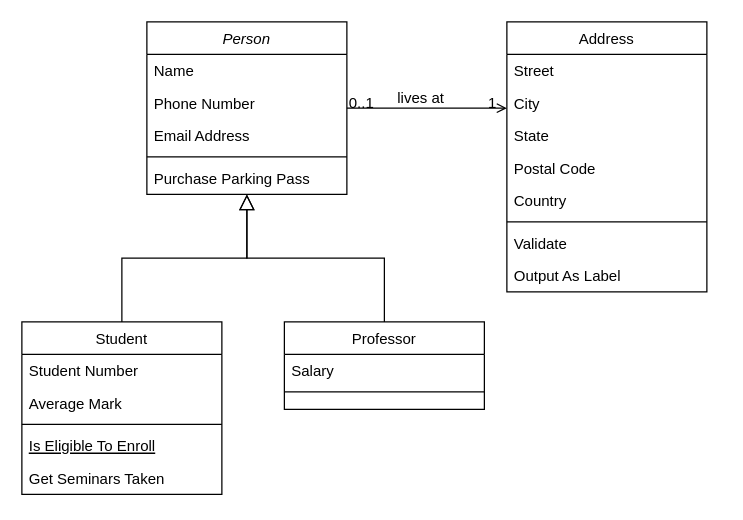
The draw.io diagram Untitled Diagram.drawio in xtarzyk/planning-motors-general-xtarzyk, before the edit. Source tidied: cells renumbered, new cells numbered last; positions are measured from the earlier drawing's top-left corner, leaving out a move shared by most shapes. Both pictures are drawn from the tidied source at 125%, with x=0, y=0 at pixel (21, 21).
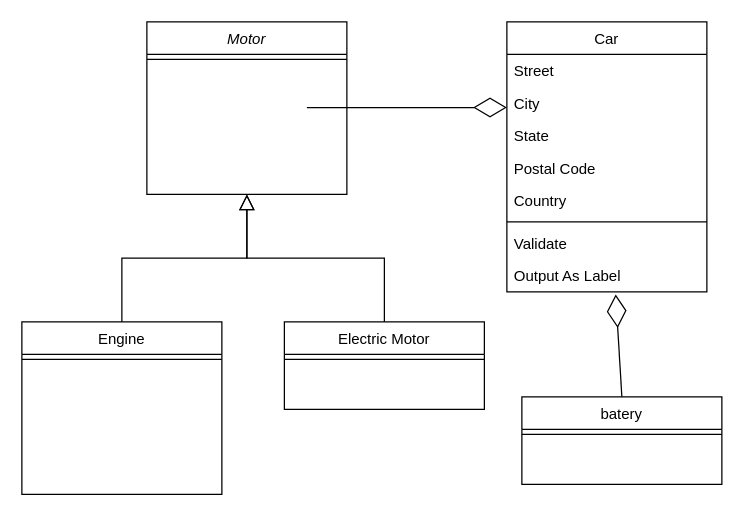
The same diagram, later.

The change refers to these unchanged cells:
```xml
<mxCell id="27" value="Output As Label" style="text;align=left;verticalAlign=top;spacingLeft=4;spacingRight=4;overflow=hidden;points=[[0,0.5],[1,0.5]];portConstraint=eastwest;" parent="19" vertex="1">
  <mxGeometry y="190" width="160" height="26" as="geometry" />
</mxCell>
```

What changed in the source:
```diff
@@
-    <mxCell id="2" value="Person" style="swimlane;fontStyle=2;align=center;verticalAlign=top;horizontal=1;startSize=26;rounded=0;shadow=0;strokeWidth=1;" parent="1" vertex="1">
+    <mxCell id="2" value="Motor" style="swimlane;fontStyle=2;align=center;verticalAlign=top;horizontal=1;startSize=26;rounded=0;shadow=0;strokeWidth=1;" parent="1" vertex="1">
       <mxGeometry x="100" width="160" height="138" as="geometry" />
     </mxCell>
-    <mxCell id="3" value="Name" style="text;align=left;verticalAlign=top;spacingLeft=4;spacingRight=4;overflow=hidden;" parent="2" vertex="1">
-      <mxGeometry y="26" width="160" height="26" as="geometry" />
-    </mxCell>
-    <mxCell id="4" value="Phone Number" style="text;align=left;verticalAlign=top;spacingLeft=4;spacingRight=4;overflow=hidden;rounded=0;shadow=0;html=0;" parent="2" vertex="1">
-      <mxGeometry y="52" width="160" height="26" as="geometry" />
-    </mxCell>
-    <mxCell id="5" value="Email Address" style="text;align=left;verticalAlign=top;spacingLeft=4;spacingRight=4;overflow=hidden;rounded=0;shadow=0;html=0;" parent="2" vertex="1">
-      <mxGeometry y="78" width="160" height="26" as="geometry" />
-    </mxCell>
     <mxCell id="6" style="line;html=1;strokeWidth=1;align=left;verticalAlign=middle;spacingTop=-1;spacingLeft=3;spacingRight=3;labelPosition=right;" parent="2" vertex="1">
-      <mxGeometry y="104" width="160" height="8" as="geometry" />
+      <mxGeometry y="26" width="160" height="8" as="geometry" />
     </mxCell>
-    <mxCell id="7" value="Purchase Parking Pass" style="text;align=left;verticalAlign=top;spacingLeft=4;spacingRight=4;overflow=hidden;" parent="2" vertex="1">
-      <mxGeometry y="112" width="160" height="26" as="geometry" />
-    </mxCell>
-    <mxCell id="8" value="Student" style="swimlane;fontStyle=0;align=center;verticalAlign=top;horizontal=1;startSize=26;rounded=0;shadow=0;strokeWidth=1;" parent="1" vertex="1">
+    <mxCell id="8" value="Engine" style="swimlane;fontStyle=0;align=center;verticalAlign=top;horizontal=1;startSize=26;rounded=0;shadow=0;strokeWidth=1;" parent="1" vertex="1">
       <mxGeometry y="240" width="160" height="138" as="geometry" />
     </mxCell>
-    <mxCell id="9" value="Student Number" style="text;align=left;verticalAlign=top;spacingLeft=4;spacingRight=4;overflow=hidden;" parent="8" vertex="1">
-      <mxGeometry y="26" width="160" height="26" as="geometry" />
-    </mxCell>
-    <mxCell id="10" value="Average Mark" style="text;align=left;verticalAlign=top;spacingLeft=4;spacingRight=4;overflow=hidden;rounded=0;shadow=0;html=0;" parent="8" vertex="1">
-      <mxGeometry y="52" width="160" height="26" as="geometry" />
-    </mxCell>
     <mxCell id="11" style="line;html=1;strokeWidth=1;align=left;verticalAlign=middle;spacingTop=-1;spacingLeft=3;spacingRight=3;labelPosition=right;" parent="8" vertex="1">
-      <mxGeometry y="78" width="160" height="8" as="geometry" />
+      <mxGeometry y="26" width="160" height="8" as="geometry" />
     </mxCell>
-    <mxCell id="12" value="Is Eligible To Enroll" style="text;align=left;verticalAlign=top;spacingLeft=4;spacingRight=4;overflow=hidden;fontStyle=4;" parent="8" vertex="1">
-      <mxGeometry y="86" width="160" height="26" as="geometry" />
-    </mxCell>
-    <mxCell id="13" value="Get Seminars Taken" style="text;align=left;verticalAlign=top;spacingLeft=4;spacingRight=4;overflow=hidden;" parent="8" vertex="1">
-      <mxGeometry y="112" width="160" height="26" as="geometry" />
-    </mxCell>
@@
-    <mxCell id="15" value="Professor" style="swimlane;fontStyle=0;align=center;verticalAlign=top;horizontal=1;startSize=26;rounded=0;shadow=0;strokeWidth=1;" parent="1" vertex="1">
+    <mxCell id="15" value="Electric Motor" style="swimlane;fontStyle=0;align=center;verticalAlign=top;horizontal=1;startSize=26;rounded=0;shadow=0;strokeWidth=1;" parent="1" vertex="1">
       <mxGeometry x="210" y="240" width="160" height="70" as="geometry" />
     </mxCell>
-    <mxCell id="16" value="Salary" style="text;align=left;verticalAlign=top;spacingLeft=4;spacingRight=4;overflow=hidden;" parent="15" vertex="1">
-      <mxGeometry y="26" width="160" height="26" as="geometry" />
-    </mxCell>
     <mxCell id="17" style="line;html=1;strokeWidth=1;align=left;verticalAlign=middle;spacingTop=-1;spacingLeft=3;spacingRight=3;labelPosition=right;" parent="15" vertex="1">
-      <mxGeometry y="52" width="160" height="8" as="geometry" />
+      <mxGeometry y="26" width="160" height="8" as="geometry" />
     </mxCell>
@@
-    <mxCell id="19" value="Address" style="swimlane;fontStyle=0;align=center;verticalAlign=top;horizontal=1;startSize=26;rounded=0;shadow=0;strokeWidth=1;" parent="1" vertex="1">
+    <mxCell id="19" value="Car" style="swimlane;fontStyle=0;align=center;verticalAlign=top;horizontal=1;startSize=26;rounded=0;shadow=0;strokeWidth=1;" parent="1" vertex="1">
       <mxGeometry x="388" width="160" height="216" as="geometry" />
     </mxCell>
@@
-    <mxCell id="28" style="endArrow=open;shadow=0;strokeWidth=1;rounded=0;endFill=1;edgeStyle=elbowEdgeStyle;elbow=vertical;" parent="1" edge="1" source="2" target="19">
-      <mxGeometry x="0.5" y="41" relative="1" as="geometry">
-        <mxPoint x="-40" y="32" as="offset" />
-      </mxGeometry>
-    </mxCell>
-    <mxCell id="29" value="0..1" style="align=left;verticalAlign=bottom;labelBackgroundColor=none;fontSize=12;" parent="28" vertex="1">
-      <mxGeometry x="-1" relative="1" as="geometry">
-        <mxPoint y="4" as="offset" />
-      </mxGeometry>
-    </mxCell>
-    <mxCell id="30" value="1" style="align=right;verticalAlign=bottom;labelBackgroundColor=none;fontSize=12;" parent="28" vertex="1">
-      <mxGeometry x="1" relative="1" as="geometry">
-        <mxPoint x="-7" y="4" as="offset" />
-      </mxGeometry>
-    </mxCell>
-    <mxCell id="31" value="lives at" style="text;html=1;align=center;verticalAlign=middle;labelBackgroundColor=none;rounded=0;shadow=0;strokeWidth=1;fontSize=12;" parent="28" vertex="1">
-      <mxGeometry x="0.5" y="49" relative="1" as="geometry">
-        <mxPoint x="-38" y="40" as="offset" />
-      </mxGeometry>
-    </mxCell>
+    <mxCell id="32" value="batery&#10;" style="swimlane;fontStyle=0;align=center;verticalAlign=top;horizontal=1;startSize=26;rounded=0;shadow=0;strokeWidth=1;" parent="1" vertex="1">
+      <mxGeometry x="400" y="300" width="160" height="70" as="geometry" />
+    </mxCell>
+    <mxCell id="33" style="line;html=1;strokeWidth=1;align=left;verticalAlign=middle;spacingTop=-1;spacingLeft=3;spacingRight=3;labelPosition=right;" parent="32" vertex="1">
+      <mxGeometry y="26" width="160" height="8" as="geometry" />
+    </mxCell>
+    <mxCell id="34" style="endArrow=diamondThin;endFill=0;endSize=24;html=1;" parent="1" edge="1">
+      <mxGeometry relative="1" as="geometry">
+        <mxPoint x="228" y="68.5" as="sourcePoint" />
+        <mxPoint x="388" y="68.5" as="targetPoint" />
+      </mxGeometry>
+    </mxCell>
+    <mxCell id="35" style="endArrow=diamondThin;endFill=0;endSize=24;html=1;exitX=0.5;exitY=0;exitDx=0;exitDy=0;entryX=0.544;entryY=1.077;entryDx=0;entryDy=0;entryPerimeter=0;" parent="1" edge="1" source="32" target="27">
+      <mxGeometry relative="1" as="geometry" />
+    </mxCell>
```
